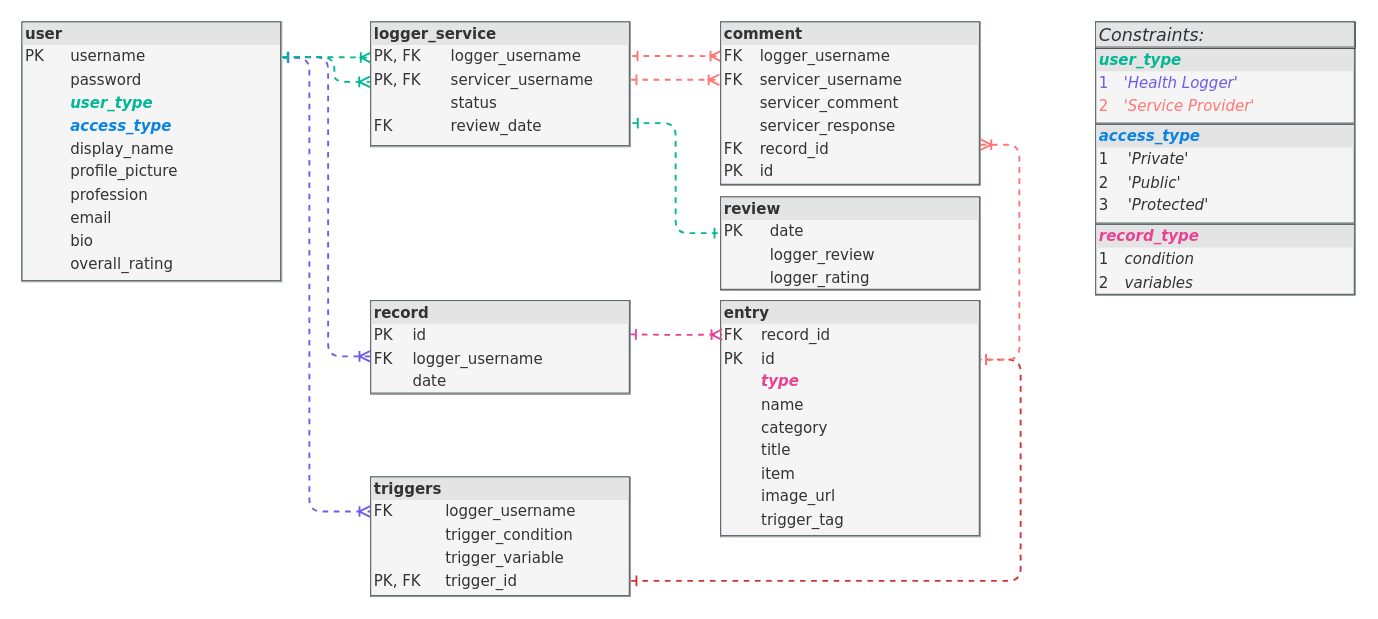
Earlier version of the draw.io diagram diagrams/database/2023-03-05_db-rs-record-entry.drawio (mervin-njy/trigg-track-v2). Source tidied: cells renumbered, new cells numbered last; positions are measured from the earlier drawing's top-left corner, leaving out a move shared by most shapes. Both pictures are drawn from the tidied source at 125%, with x=0, y=0 at pixel (21, 21).
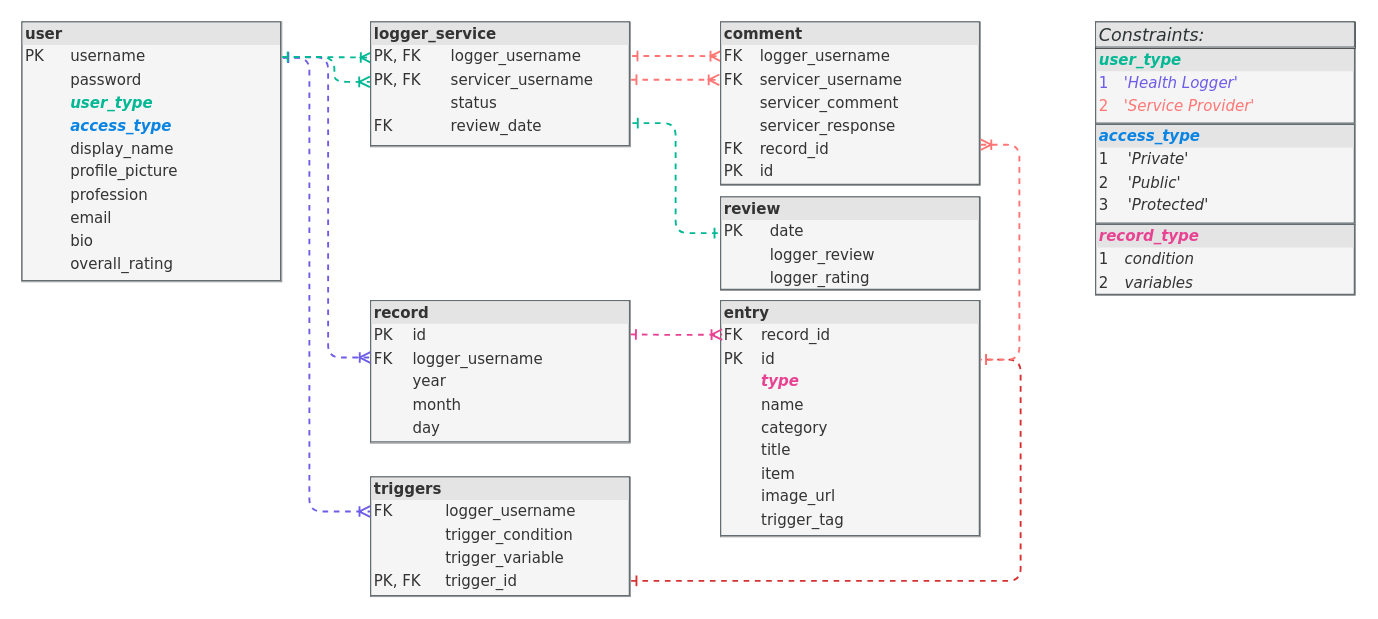
The same diagram, later.

Commit message (it also covers changes not shown here):
split date to year-month-day columns, but getRecordEntriesOnDate cannot get just year/month/day

The change refers to these unchanged cells:
```xml
<mxCell id="2" value="&lt;div style=&quot;box-sizing: border-box ; width: 100% ; background: #e4e4e4 ; padding: 2px&quot;&gt;&lt;b&gt;user&lt;/b&gt;&lt;/div&gt;&lt;table style=&quot;width: 100% ; font-size: 1em&quot; cellpadding=&quot;2&quot; cellspacing=&quot;0&quot;&gt;&lt;tbody&gt;&lt;tr&gt;&lt;td&gt;PK&lt;/td&gt;&lt;td&gt;username&lt;/td&gt;&lt;/tr&gt;&lt;tr&gt;&lt;td&gt;&lt;br&gt;&lt;/td&gt;&lt;td&gt;password&lt;/td&gt;&lt;/tr&gt;&lt;tr&gt;&lt;td&gt;&lt;/td&gt;&lt;td&gt;&lt;font color=&quot;#00b894&quot;&gt;&lt;b&gt;&lt;i&gt;user_type&lt;/i&gt;&lt;/b&gt;&lt;/font&gt;&lt;/td&gt;&lt;/tr&gt;&lt;tr&gt;&lt;td&gt;&lt;i&gt;&lt;br&gt;&lt;/i&gt;&lt;/td&gt;&lt;td&gt;&lt;font color=&quot;#0984e3&quot;&gt;&lt;b&gt;&lt;i&gt;access_type&lt;/i&gt;&lt;/b&gt;&lt;/font&gt;&lt;br&gt;&lt;/td&gt;&lt;/tr&gt;&lt;tr&gt;&lt;td&gt;&lt;br&gt;&lt;/td&gt;&lt;td&gt;display_name&lt;br&gt;&lt;/td&gt;&lt;/tr&gt;&lt;tr&gt;&lt;td&gt;&lt;br&gt;&lt;/td&gt;&lt;td&gt;profile_picture&lt;br&gt;&lt;/td&gt;&lt;/tr&gt;&lt;tr&gt;&lt;td&gt;&lt;br&gt;&lt;/td&gt;&lt;td&gt;profession&lt;br&gt;&lt;/td&gt;&lt;/tr&gt;&lt;tr&gt;&lt;td&gt;&lt;br&gt;&lt;/td&gt;&lt;td&gt;email&lt;/td&gt;&lt;/tr&gt;&lt;tr&gt;&lt;td&gt;&lt;br&gt;&lt;/td&gt;&lt;td&gt;bio&lt;br&gt;&lt;/td&gt;&lt;/tr&gt;&lt;tr&gt;&lt;td&gt;&lt;br&gt;&lt;/td&gt;&lt;td&gt;overall_rating&lt;br&gt;&lt;/td&gt;&lt;/tr&gt;&lt;/tbody&gt;&lt;/table&gt;" style="verticalAlign=top;align=left;overflow=fill;html=1;rounded=0;shadow=0;comic=0;labelBackgroundColor=none;strokeWidth=0.5;fontFamily=Verdana;fontSize=12;fillColor=#f5f5f5;strokeColor=#666666;fontColor=#333333;glass=0;noLabel=0;portConstraint=none;labelPadding=0;strokeOpacity=100;perimeterSpacing=0;spacingTop=0;spacing=2;spacingLeft=0;labelBorderColor=#636e72;" parent="1" vertex="1">
  <mxGeometry width="208" height="208" as="geometry" />
</mxCell>
```

The edit, as a diff of the source:
```diff
@@
-    <mxCell id="6" value="&lt;div style=&quot;box-sizing: border-box ; width: 100% ; background: #e4e4e4 ; padding: 2px&quot;&gt;&lt;b&gt;record&lt;/b&gt;&lt;/div&gt;&lt;table style=&quot;width: 100% ; font-size: 1em&quot; cellpadding=&quot;2&quot; cellspacing=&quot;0&quot;&gt;&lt;tbody&gt;&lt;tr&gt;&lt;td&gt;PK&lt;/td&gt;&lt;td&gt;id&lt;br&gt;&lt;/td&gt;&lt;/tr&gt;&lt;tr&gt;&lt;td&gt;FK&lt;/td&gt;&lt;td&gt;logger_username&lt;/td&gt;&lt;/tr&gt;&lt;tr&gt;&lt;td&gt;&lt;br&gt;&lt;/td&gt;&lt;td&gt;date&lt;/td&gt;&lt;/tr&gt;&lt;/tbody&gt;&lt;/table&gt;" style="verticalAlign=top;align=left;overflow=fill;html=1;rounded=0;shadow=0;comic=0;labelBackgroundColor=none;strokeWidth=0.5;fontFamily=Verdana;fontSize=12;fillColor=#f5f5f5;strokeColor=#666666;fontColor=#333333;labelBorderColor=#636e72;" parent="1" vertex="1">
-      <mxGeometry x="279" y="223" width="208" height="75" as="geometry" />
+    <mxCell id="6" value="&lt;div style=&quot;box-sizing: border-box ; width: 100% ; background: #e4e4e4 ; padding: 2px&quot;&gt;&lt;b&gt;record&lt;/b&gt;&lt;/div&gt;&lt;table style=&quot;width: 100% ; font-size: 1em&quot; cellpadding=&quot;2&quot; cellspacing=&quot;0&quot;&gt;&lt;tbody&gt;&lt;tr&gt;&lt;td&gt;PK&lt;/td&gt;&lt;td&gt;id&lt;br&gt;&lt;/td&gt;&lt;/tr&gt;&lt;tr&gt;&lt;td&gt;FK&lt;/td&gt;&lt;td&gt;logger_username&lt;/td&gt;&lt;/tr&gt;&lt;tr&gt;&lt;td&gt;&lt;br&gt;&lt;/td&gt;&lt;td&gt;year&lt;/td&gt;&lt;/tr&gt;&lt;tr&gt;&lt;td&gt;&lt;br&gt;&lt;/td&gt;&lt;td&gt;month&lt;/td&gt;&lt;/tr&gt;&lt;tr&gt;&lt;td&gt;&lt;br&gt;&lt;/td&gt;&lt;td&gt;day&lt;/td&gt;&lt;/tr&gt;&lt;/tbody&gt;&lt;/table&gt;" style="verticalAlign=top;align=left;overflow=fill;html=1;rounded=0;shadow=0;comic=0;labelBackgroundColor=none;strokeWidth=0.5;fontFamily=Verdana;fontSize=12;fillColor=#f5f5f5;strokeColor=#666666;fontColor=#333333;labelBorderColor=#636e72;" parent="1" vertex="1">
+      <mxGeometry x="279" y="223" width="208" height="114" as="geometry" />
     </mxCell>
@@
-    <mxCell id="11" style="edgeStyle=orthogonalEdgeStyle;html=1;dashed=1;labelBackgroundColor=none;startArrow=ERone;endArrow=ERoneToMany;fontFamily=Verdana;fontSize=12;align=left;endFill=0;startFill=0;strokeColor=#6c5ce7;strokeWidth=1.5;exitX=1.004;exitY=0.136;exitDx=0;exitDy=0;exitPerimeter=0;entryX=-0.002;entryY=0.594;entryDx=0;entryDy=0;entryPerimeter=0;" parent="1" edge="1" source="2" target="6">
+    <mxCell id="11" style="edgeStyle=orthogonalEdgeStyle;html=1;dashed=1;labelBackgroundColor=none;startArrow=ERone;endArrow=ERoneToMany;fontFamily=Verdana;fontSize=12;align=left;endFill=0;startFill=0;strokeColor=#6c5ce7;strokeWidth=1.5;exitX=1.004;exitY=0.136;exitDx=0;exitDy=0;exitPerimeter=0;entryX=-0.001;entryY=0.399;entryDx=0;entryDy=0;entryPerimeter=0;" parent="1" edge="1" source="2" target="6">
       <mxGeometry relative="1" as="geometry">
         <Array as="points">
           <mxPoint x="245" y="28" />
-          <mxPoint x="245" y="268" />
+          <mxPoint x="245" y="269" />
         </Array>
       </mxGeometry>
     </mxCell>
```
